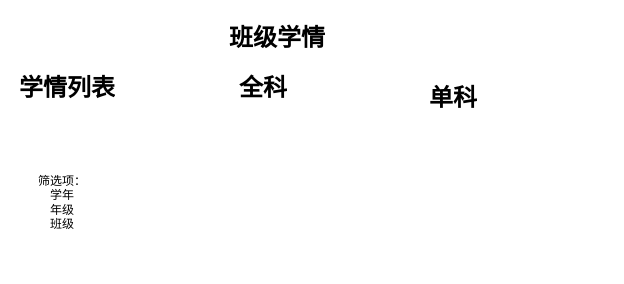
Above: 学情app.drawio in cychenyao/test (draw.io), before the change. Source tidied: cells renumbered, new cells numbered last; positions are measured from the earlier drawing's top-left corner, leaving out a move shared by most shapes. Both pictures are drawn from the tidied source at 100%, with x=0, y=0 at pixel (17, 17).
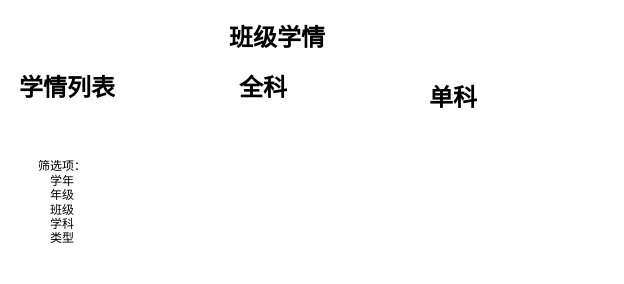
Above is the later version.

The edit, as a diff of the source:
```diff
@@
 <mxGraphModel>
   <root>
     <mxCell id="0" />
     <mxCell id="1" parent="0" />
     <mxCell id="2" value="&lt;h1 style=&quot;margin-top: 0px;&quot;&gt;学情列表&lt;/h1&gt;" style="text;html=1;whiteSpace=wrap;overflow=hidden;rounded=0;" parent="1" vertex="1">
       <mxGeometry y="50" width="180" height="40" as="geometry" />
     </mxCell>
     <mxCell id="3" value="&lt;h1 style=&quot;margin-top: 0px;&quot;&gt;全科&lt;/h1&gt;" style="text;html=1;whiteSpace=wrap;overflow=hidden;rounded=0;" parent="1" vertex="1">
       <mxGeometry x="220" y="50" width="180" height="40" as="geometry" />
     </mxCell>
     <mxCell id="4" value="&lt;h1 style=&quot;margin-top: 0px;&quot;&gt;单科&lt;/h1&gt;" style="text;html=1;whiteSpace=wrap;overflow=hidden;rounded=0;" parent="1" vertex="1">
       <mxGeometry x="410" y="60" width="180" height="40" as="geometry" />
     </mxCell>
     <mxCell id="5" value="&lt;h1 style=&quot;margin-top: 0px;&quot;&gt;班级学情&lt;/h1&gt;" style="text;html=1;whiteSpace=wrap;overflow=hidden;rounded=0;" parent="1" vertex="1">
       <mxGeometry x="210" width="310" height="40" as="geometry" />
     </mxCell>
-    <mxCell id="6" value="筛选项：&lt;div&gt;学年&lt;div&gt;年级&lt;/div&gt;&lt;div&gt;班级&lt;/div&gt;&lt;/div&gt;" style="text;html=1;whiteSpace=wrap;strokeColor=none;fillColor=none;align=center;verticalAlign=middle;rounded=0;" parent="1" vertex="1">
+    <mxCell id="6" value="筛选项：&lt;div&gt;学年&lt;div&gt;年级&lt;/div&gt;&lt;div&gt;班级&lt;/div&gt;&lt;/div&gt;&lt;div&gt;学科&lt;/div&gt;&lt;div&gt;类型&lt;/div&gt;" style="text;html=1;whiteSpace=wrap;strokeColor=none;fillColor=none;align=center;verticalAlign=middle;rounded=0;" parent="1" vertex="1">
       <mxGeometry y="120" width="90" height="130" as="geometry" />
     </mxCell>
   </root>
 </mxGraphModel>
```
